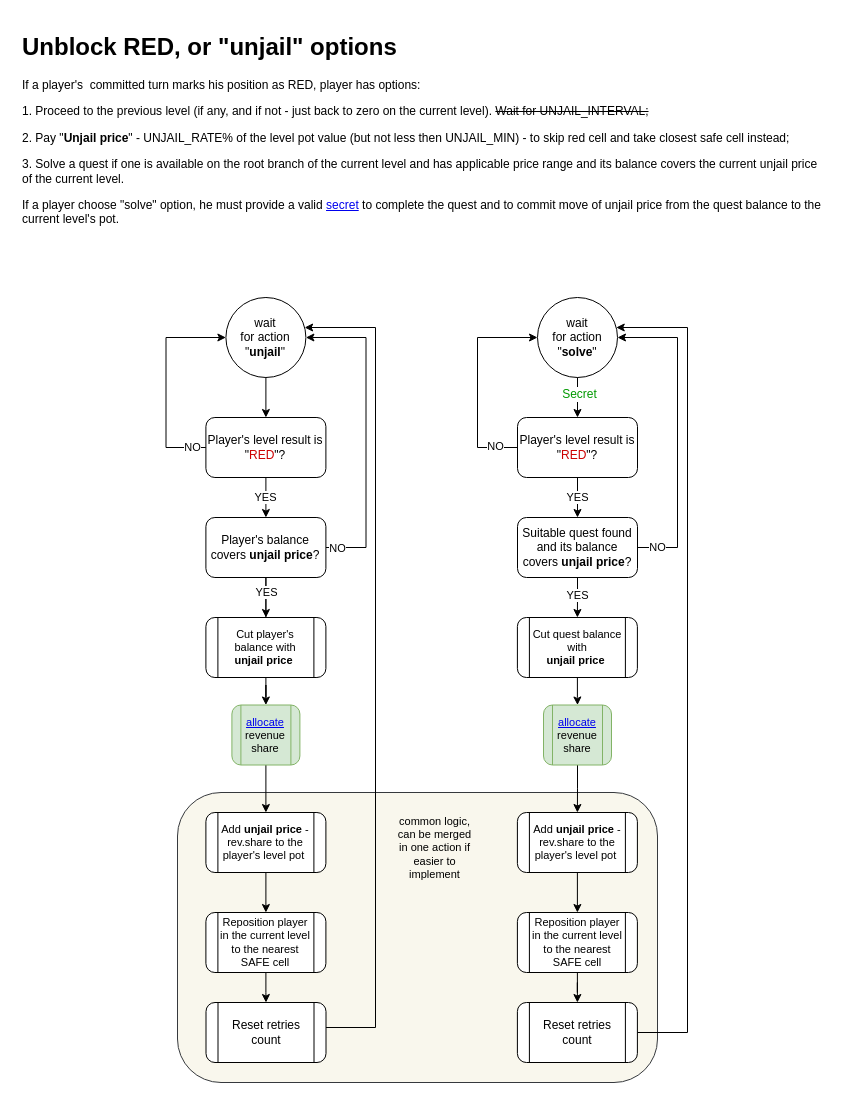
Earlier version of the draw.io diagram page "unjail" (9 of 14) of ia/WOFFLER IA.drawio (cptn-solo/woffler_contract). Source tidied: cells renumbered, new cells numbered last; positions are measured from the earlier drawing's top-left corner, leaving out a move shared by most shapes. Both pictures are drawn from the tidied source at 100%, with x=0, y=0 at pixel (17, 27).
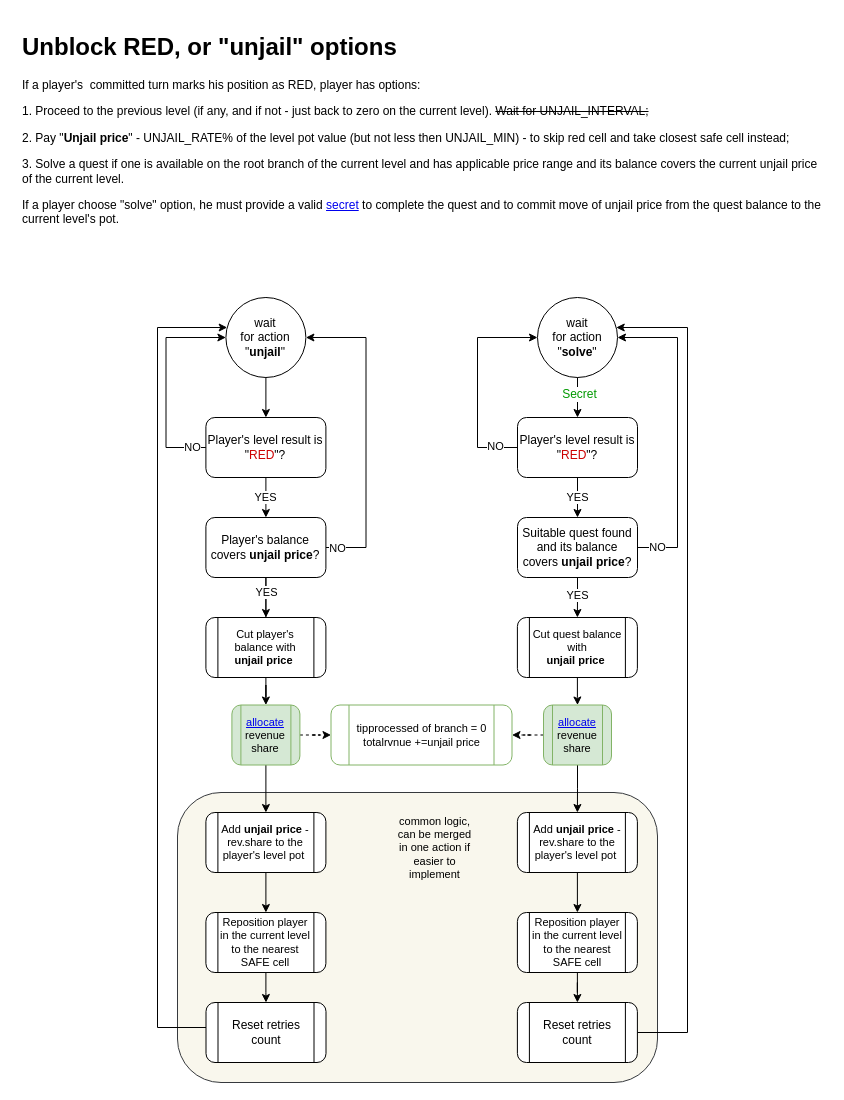
After the change.

The change refers to these unchanged cells:
```xml
<mxCell id="12" value="wait &lt;br&gt;for action &quot;&lt;b&gt;unjail&lt;/b&gt;&quot;" style="ellipse;whiteSpace=wrap;html=1;rounded=1;shadow=0;glass=0;strokeColor=#000000;fillColor=none;align=center;" parent="1" vertex="1">
  <mxGeometry x="208.4" y="270" width="80" height="80" as="geometry" />
</mxCell>
<mxCell id="16" value="&lt;a href=&quot;data:page/id,J4QovUjZuFeeXE9WnE4x&quot;&gt;allocate&lt;/a&gt;&lt;br&gt;revenue&lt;br&gt;share&lt;br&gt;" style="shape=process;whiteSpace=wrap;html=1;backgroundOutline=1;rounded=1;fontSize=11;fillColor=#d5e8d4;strokeColor=#82b366;" parent="1" vertex="1">
  <mxGeometry x="214.4" y="677.5" width="68" height="60" as="geometry" />
</mxCell>
<mxCell id="24" value="Reset retries count" style="shape=process;rounded=1;whiteSpace=wrap;html=1;shadow=0;glass=0;strokeColor=#000000;align=center;" parent="1" vertex="1">
  <mxGeometry x="188.5" y="975" width="120" height="60" as="geometry" />
</mxCell>
<mxCell id="45" value="&lt;a href=&quot;data:page/id,J4QovUjZuFeeXE9WnE4x&quot;&gt;allocate&lt;/a&gt;&lt;br&gt;revenue&lt;br&gt;share&lt;br&gt;" style="shape=process;whiteSpace=wrap;html=1;backgroundOutline=1;rounded=1;fontSize=11;fillColor=#d5e8d4;strokeColor=#82b366;" parent="1" vertex="1">
  <mxGeometry x="526" y="677.5" width="68" height="60" as="geometry" />
</mxCell>
```

What changed in the source:
```diff
@@
+    <mxCell id="46" style="edgeStyle=orthogonalEdgeStyle;rounded=0;jettySize=auto;html=1;dashed=1;" parent="1" edge="1" source="16" target="48">
+      <mxGeometry relative="1" as="geometry" />
+    </mxCell>
@@
     <mxCell id="23" style="edgeStyle=orthogonalEdgeStyle;rounded=0;jettySize=auto;html=1;fontSize=11;" parent="1" edge="1" source="24" target="12">
       <mxGeometry relative="1" as="geometry">
         <Array as="points">
-          <mxPoint x="358" y="1000" />
-          <mxPoint x="358" y="300" />
+          <mxPoint x="140" y="1000" />
+          <mxPoint x="140" y="300" />
         </Array>
       </mxGeometry>
     </mxCell>
@@
+    <mxCell id="47" style="edgeStyle=orthogonalEdgeStyle;rounded=0;jettySize=auto;html=1;dashed=1;" parent="1" edge="1" source="45" target="48">
+      <mxGeometry relative="1" as="geometry" />
+    </mxCell>
@@
+    <mxCell id="48" value="tipprocessed of branch = 0&lt;br&gt;totalrvnue +=unjail price&lt;br&gt;" style="shape=process;whiteSpace=wrap;html=1;backgroundOutline=1;rounded=1;fontSize=11;fillColor=#FFFFFF;strokeColor=#82b366;" parent="1" vertex="1">
+      <mxGeometry x="313.5" y="677.5" width="181" height="60" as="geometry" />
+    </mxCell>
```
